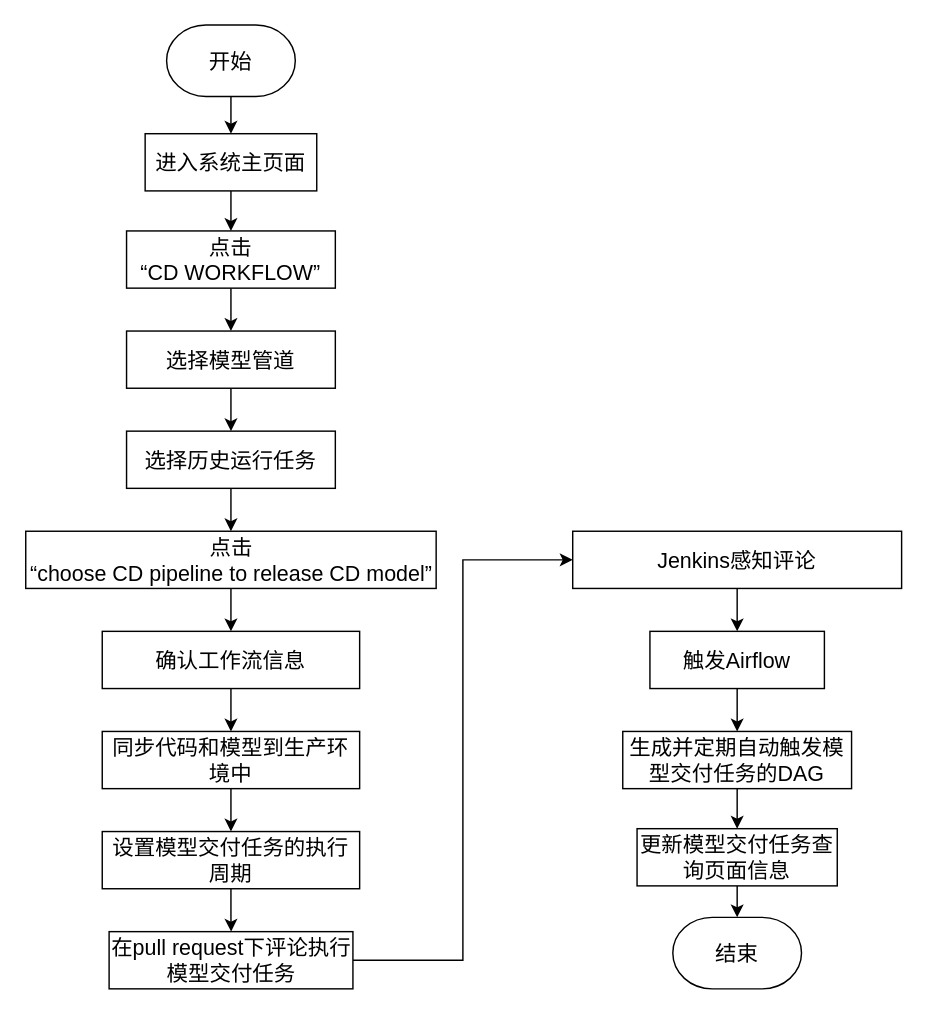
Before: 模型交付任务申请流程图.drawio in Sequin-hdd/COINFO, a draw.io diagram. Source tidied: cells renumbered, new cells numbered last; positions are measured from the earlier drawing's top-left corner, leaving out a move shared by most shapes. Both pictures are drawn from the tidied source at 143%, with x=0, y=0 at pixel (26, 24).
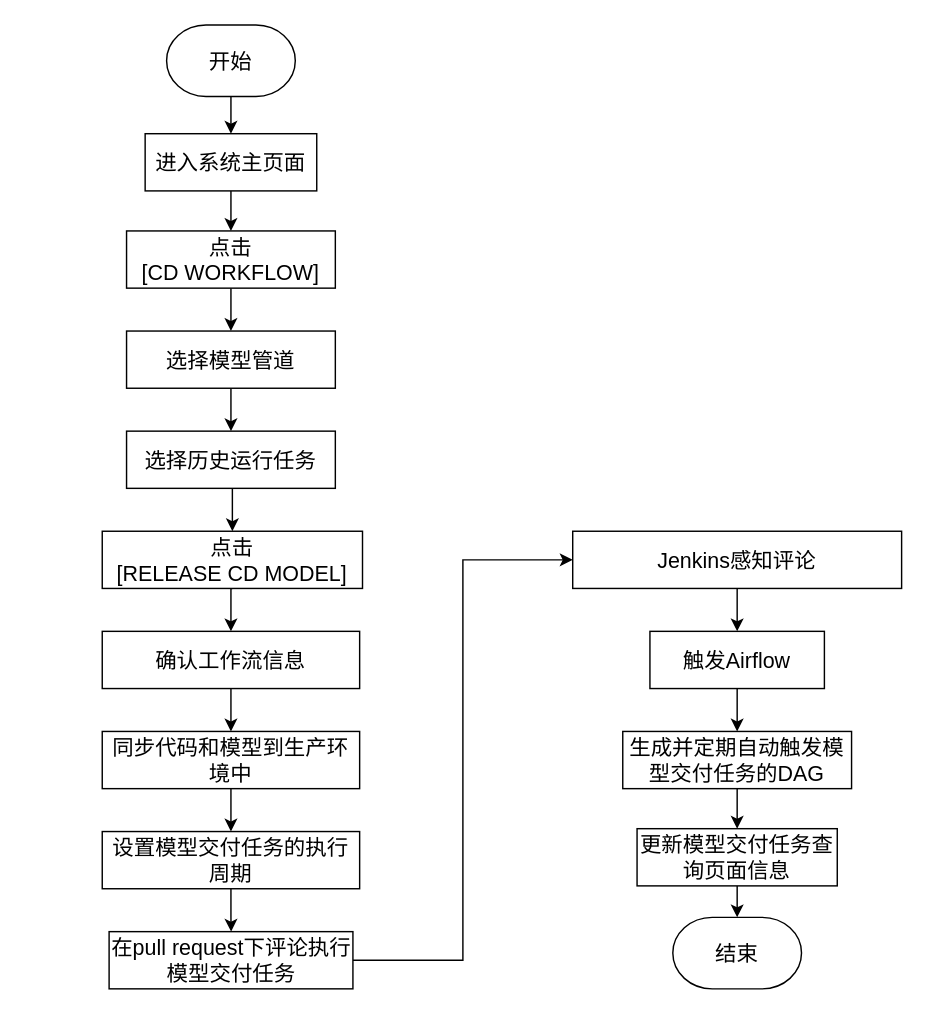
After the change.

Commit message:
更新模型交付任务申请流程图.drawio

The edit, as a diff of the source:
```diff
@@
-    <mxCell id="5" value="&lt;span style=&quot;font-size: 15px&quot;&gt;点击&lt;br&gt;“CD WORKFLOW”&lt;/span&gt;" style="rounded=0;whiteSpace=wrap;html=1;" parent="1" vertex="1">
+    <mxCell id="5" value="&lt;span style=&quot;font-size: 15px&quot;&gt;点击&lt;br&gt;[CD WORKFLOW]&lt;/span&gt;" style="rounded=0;whiteSpace=wrap;html=1;" parent="1" vertex="1">
       <mxGeometry x="70" y="144" width="146" height="40" as="geometry" />
     </mxCell>
@@
-    <mxCell id="7" value="&lt;span style=&quot;font-size: 15px&quot;&gt;点击&lt;br&gt;“choose CD pipeline to release CD model”&lt;/span&gt;" style="rounded=0;whiteSpace=wrap;html=1;" parent="1" vertex="1">
-      <mxGeometry x="-0.5" y="354" width="287" height="40" as="geometry" />
+    <mxCell id="7" value="&lt;span style=&quot;font-size: 15px&quot;&gt;点击&lt;br&gt;[RELEASE CD MODEL]&lt;/span&gt;" style="rounded=0;whiteSpace=wrap;html=1;" parent="1" vertex="1">
+      <mxGeometry x="53" y="354" width="182" height="40" as="geometry" />
     </mxCell>
```
